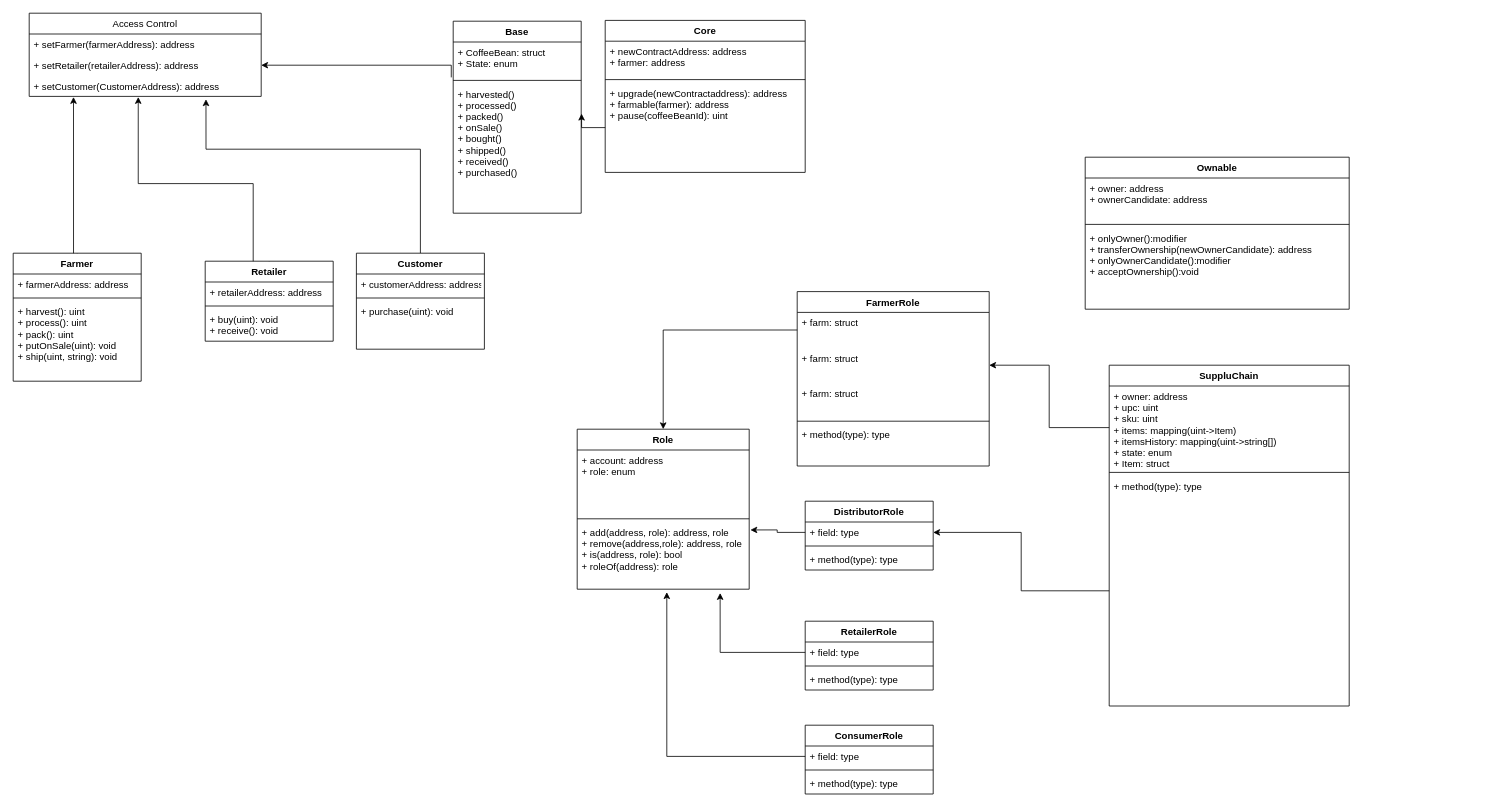
Above: UML and write-ups/UML Source/Class Diagram.drawio in abuaesh/CoffeeSupplyChain (draw.io), before the change. Source tidied: cells renumbered, new cells numbered last; positions are measured from the earlier drawing's top-left corner, leaving out a move shared by most shapes. Both pictures are drawn from the tidied source at 80%, with x=0, y=0 at pixel (13, 13).
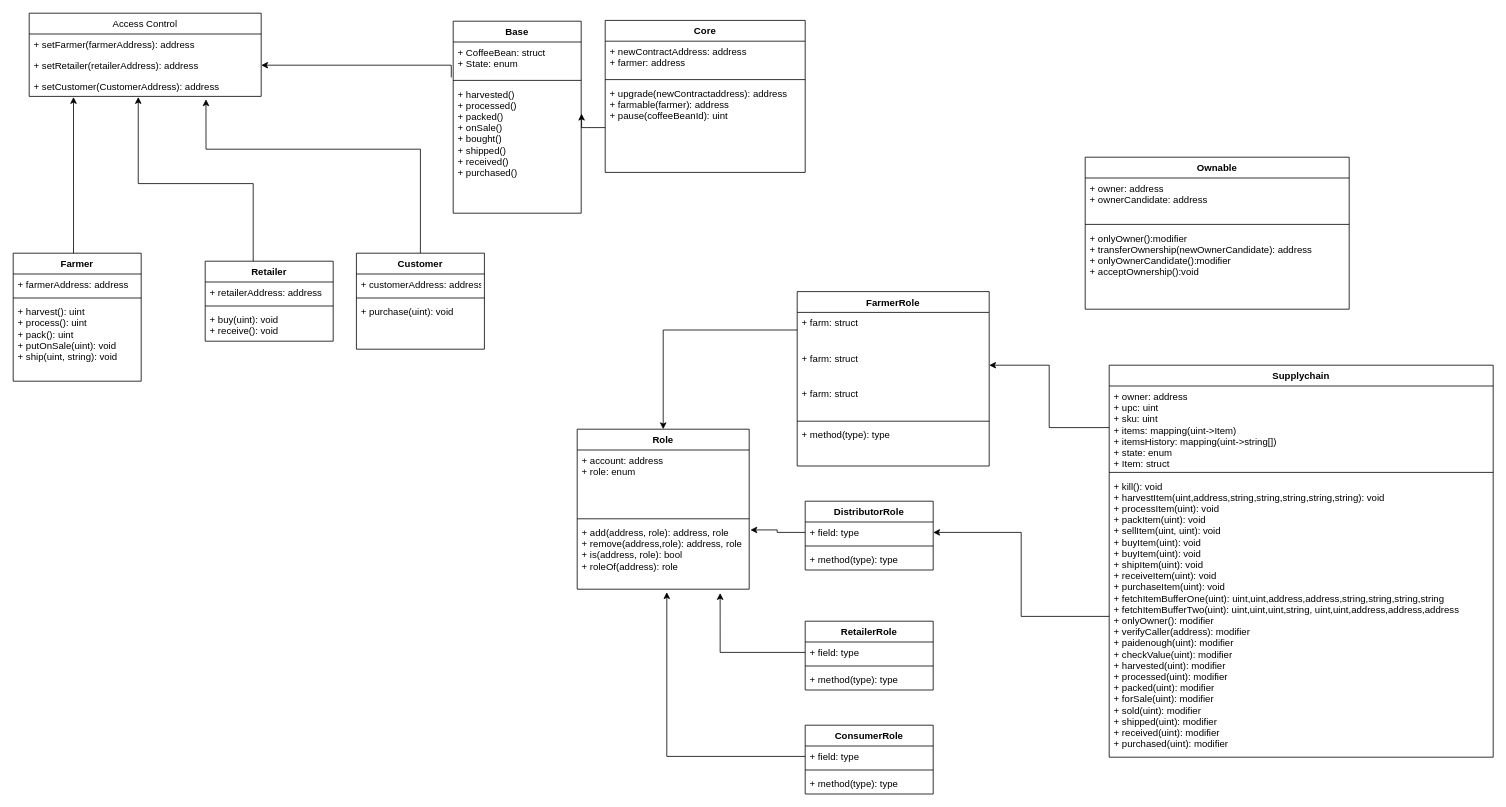
The same page after the edit.

Diff of the diagram source:
```diff
@@
-    <mxCell id="31" value="SuppluChain" style="swimlane;fontStyle=1;align=center;verticalAlign=top;horizontal=1;startSize=26;" parent="1" vertex="1">
-      <mxGeometry x="1370" y="440" width="300" height="426" as="geometry" />
+    <mxCell id="31" value="Supplychain" style="swimlane;fontStyle=1;align=center;verticalAlign=top;horizontal=1;startSize=26;" parent="1" vertex="1">
+      <mxGeometry x="1370" y="440" width="480" height="490" as="geometry" />
     </mxCell>
     <mxCell id="32" value="+ owner: address&#10;+ upc: uint&#10;+ sku: uint&#10;+ items: mapping(uint-&gt;Item)&#10;+ itemsHistory: mapping(uint-&gt;string[])&#10;+ state: enum&#10;+ Item: struct" style="text;strokeColor=none;fillColor=none;align=left;verticalAlign=top;spacingLeft=4;spacingRight=4;overflow=hidden;points=[[0,0.5],[1,0.5]];portConstraint=eastwest;" parent="31" vertex="1">
-      <mxGeometry y="26" width="300" height="104" as="geometry" />
+      <mxGeometry y="26" width="480" height="104" as="geometry" />
     </mxCell>
     <mxCell id="33" style="line;strokeWidth=1;fillColor=none;align=left;verticalAlign=middle;spacingTop=-1;spacingLeft=3;spacingRight=3;labelPosition=right;" parent="31" vertex="1">
-      <mxGeometry y="130" width="300" height="8" as="geometry" />
+      <mxGeometry y="130" width="480" height="8" as="geometry" />
     </mxCell>
-    <mxCell id="34" value="+ method(type): type" style="text;strokeColor=none;fillColor=none;align=left;verticalAlign=top;spacingLeft=4;spacingRight=4;overflow=hidden;points=[[0,0.5],[1,0.5]];portConstraint=eastwest;" parent="31" vertex="1">
-      <mxGeometry y="138" width="300" height="288" as="geometry" />
+    <mxCell id="34" value="+ kill(): void&#10;+ harvestItem(uint,address,string,string,string,string,string): void&#10;+ processItem(uint): void&#10;+ packItem(uint): void&#10;+ sellItem(uint, uint): void&#10;+ buyItem(uint): void&#10;+ buyItem(uint): void&#10;+ shipItem(uint): void&#10;+ receiveItem(uint): void&#10;+ purchaseItem(uint): void&#10;+ fetchItemBufferOne(uint): uint,uint,address,address,string,string,string,string&#10;+ fetchItemBufferTwo(uint): uint,uint,uint,string, uint,uint,address,address,address&#10;+ onlyOwner(): modifier&#10;+ verifyCaller(address): modifier&#10;+ paidenough(uint): modifier&#10;+ checkValue(uint): modifier&#10;+ harvested(uint): modifier&#10;+ processed(uint): modifier&#10;+ packed(uint): modifier&#10;+ forSale(uint): modifier&#10;+ sold(uint): modifier&#10;+ shipped(uint): modifier&#10;+ received(uint): modifier&#10;+ purchased(uint): modifier&#10;" style="text;strokeColor=none;fillColor=none;align=left;verticalAlign=top;spacingLeft=4;spacingRight=4;overflow=hidden;points=[[0,0.5],[1,0.5]];portConstraint=eastwest;" parent="31" vertex="1">
+      <mxGeometry y="138" width="480" height="352" as="geometry" />
     </mxCell>
```
